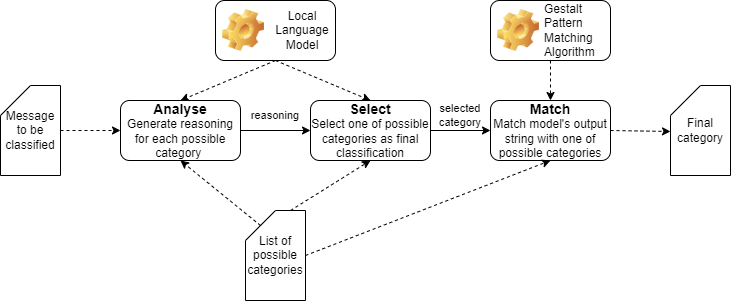
matlaczj/ASM-Method-for-Local-Email-Categorization keeps this draw.io diagram as graph.drawio.png. Above is the earlier version. Source tidied: cells renumbered, new cells last; positions are measured from the earlier drawing's top-left corner, leaving out a move shared by most shapes.
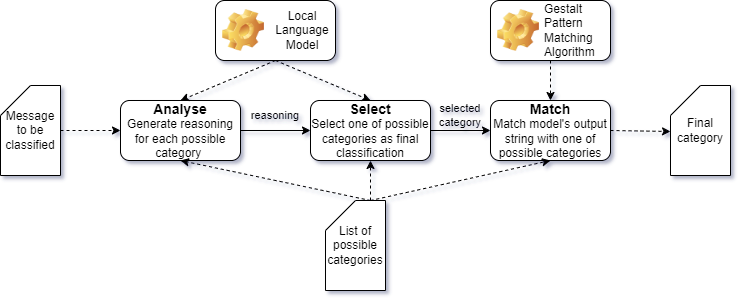
After the commit.

Diff of the diagram source:
```diff
@@ -1,65 +1,65 @@
-<mxGraphModel>
+<mxGraphModel shadow="1">
   <root>
     <mxCell id="0" />
     <mxCell id="1" parent="0" />
-    <mxCell id="2" style="edgeStyle=none;html=1;exitX=1;exitY=0.5;exitDx=0;exitDy=0;entryX=0;entryY=0.5;entryDx=0;entryDy=0;fontSize=14;" parent="1" edge="1" source="3" target="5">
+    <mxCell id="2" style="edgeStyle=none;html=1;exitX=1;exitY=0.5;exitDx=0;exitDy=0;entryX=0;entryY=0.5;entryDx=0;entryDy=0;fontSize=14;rounded=0;" parent="1" edge="1" source="3" target="5">
       <mxGeometry relative="1" as="geometry" />
     </mxCell>
     <mxCell id="3" value="&lt;b&gt;&lt;font style=&quot;font-size: 14px;&quot;&gt;Analyse&lt;/font&gt;&lt;/b&gt;&lt;br&gt;Generate reasoning for each possible category&amp;nbsp;" style="rounded=1;whiteSpace=wrap;html=1;shadow=0;glass=0;" parent="1" vertex="1">
       <mxGeometry x="120" y="100" width="120" height="60" as="geometry" />
     </mxCell>
-    <mxCell id="4" style="edgeStyle=none;html=1;exitX=1;exitY=0.5;exitDx=0;exitDy=0;entryX=0;entryY=0.5;entryDx=0;entryDy=0;fontSize=14;" parent="1" edge="1" source="5" target="7">
+    <mxCell id="4" style="edgeStyle=none;html=1;exitX=1;exitY=0.5;exitDx=0;exitDy=0;entryX=0;entryY=0.5;entryDx=0;entryDy=0;fontSize=14;rounded=0;" parent="1" edge="1" source="5" target="7">
       <mxGeometry relative="1" as="geometry" />
     </mxCell>
     <mxCell id="5" value="&lt;font style=&quot;font-size: 14px;&quot;&gt;&lt;b&gt;Select&lt;/b&gt;&lt;br&gt;&lt;/font&gt;Select one of possible categories as final classification" style="rounded=1;whiteSpace=wrap;html=1;shadow=0;glass=0;" parent="1" vertex="1">
       <mxGeometry x="310" y="100" width="120" height="60" as="geometry" />
     </mxCell>
-    <mxCell id="6" style="edgeStyle=none;html=1;exitX=1;exitY=0.5;exitDx=0;exitDy=0;entryX=0;entryY=0.511;entryDx=0;entryDy=0;entryPerimeter=0;dashed=1;" parent="1" edge="1" source="7" target="21">
+    <mxCell id="6" style="edgeStyle=none;html=1;exitX=1;exitY=0.5;exitDx=0;exitDy=0;entryX=0;entryY=0.511;entryDx=0;entryDy=0;entryPerimeter=0;dashed=1;rounded=0;" parent="1" edge="1" source="7" target="21">
       <mxGeometry relative="1" as="geometry" />
     </mxCell>
     <mxCell id="7" value="&lt;b style=&quot;font-size: 14px;&quot;&gt;Match&lt;br&gt;&lt;/b&gt;Match model's output string with one of possible categories" style="rounded=1;whiteSpace=wrap;html=1;shadow=0;glass=0;" parent="1" vertex="1">
       <mxGeometry x="490" y="100" width="120" height="60" as="geometry" />
     </mxCell>
-    <mxCell id="8" style="edgeStyle=none;html=1;exitX=0.5;exitY=1;exitDx=0;exitDy=0;entryX=0.5;entryY=0;entryDx=0;entryDy=0;fontSize=12;dashed=1;" parent="1" edge="1" source="9" target="7">
+    <mxCell id="8" style="edgeStyle=none;html=1;exitX=0.5;exitY=1;exitDx=0;exitDy=0;entryX=0.5;entryY=0;entryDx=0;entryDy=0;fontSize=12;dashed=1;rounded=0;" parent="1" edge="1" source="9" target="7">
       <mxGeometry relative="1" as="geometry" />
     </mxCell>
-    <mxCell id="9" value="&lt;span style=&quot;font-weight: 400; text-align: center;&quot;&gt;&lt;font style=&quot;font-size: 12px;&quot;&gt;Gestalt Pattern Matching Algorithm&amp;nbsp;&lt;/font&gt;&lt;/span&gt;" style="label;whiteSpace=wrap;html=1;image=img/clipart/Gear_128x128.png;fontSize=10;" parent="1" vertex="1">
+    <mxCell id="9" value="&lt;span style=&quot;font-weight: 400; text-align: center;&quot;&gt;&lt;font style=&quot;font-size: 12px;&quot;&gt;Gestalt Pattern Matching Algorithm&amp;nbsp;&lt;/font&gt;&lt;/span&gt;" style="label;whiteSpace=wrap;html=1;image=img/clipart/Gear_128x128.png;fontSize=10;rounded=1;" parent="1" vertex="1">
       <mxGeometry x="490" width="120" height="60" as="geometry" />
     </mxCell>
-    <mxCell id="10" style="edgeStyle=none;html=1;exitX=0.5;exitY=1;exitDx=0;exitDy=0;entryX=0.5;entryY=0;entryDx=0;entryDy=0;dashed=1;fontSize=11;" parent="1" edge="1" source="12" target="3">
+    <mxCell id="10" style="edgeStyle=none;html=1;exitX=0.5;exitY=1;exitDx=0;exitDy=0;entryX=0.5;entryY=0;entryDx=0;entryDy=0;dashed=1;fontSize=11;rounded=0;" parent="1" edge="1" source="12" target="3">
       <mxGeometry relative="1" as="geometry" />
     </mxCell>
-    <mxCell id="11" style="edgeStyle=none;html=1;exitX=0.5;exitY=1;exitDx=0;exitDy=0;entryX=0.5;entryY=0;entryDx=0;entryDy=0;dashed=1;fontSize=11;" parent="1" edge="1" source="12" target="5">
+    <mxCell id="11" style="edgeStyle=none;html=1;exitX=0.5;exitY=1;exitDx=0;exitDy=0;entryX=0.5;entryY=0;entryDx=0;entryDy=0;dashed=1;fontSize=11;rounded=0;" parent="1" edge="1" source="12" target="5">
       <mxGeometry relative="1" as="geometry" />
     </mxCell>
-    <mxCell id="12" value="&lt;div style=&quot;text-align: center;&quot;&gt;&lt;span style=&quot;background-color: initial; font-size: 12px; font-weight: 400;&quot;&gt;Local Language Model&lt;/span&gt;&lt;/div&gt;" style="label;whiteSpace=wrap;html=1;image=img/clipart/Gear_128x128.png;fontSize=10;" parent="1" vertex="1">
+    <mxCell id="12" value="&lt;div style=&quot;text-align: center;&quot;&gt;&lt;span style=&quot;background-color: initial; font-size: 12px; font-weight: 400;&quot;&gt;Local Language Model&lt;/span&gt;&lt;/div&gt;" style="label;whiteSpace=wrap;html=1;image=img/clipart/Gear_128x128.png;fontSize=10;rounded=1;" parent="1" vertex="1">
       <mxGeometry x="215" width="120" height="60" as="geometry" />
     </mxCell>
-    <mxCell id="13" style="edgeStyle=none;html=1;exitX=1;exitY=0.5;exitDx=0;exitDy=0;exitPerimeter=0;entryX=0.5;entryY=1;entryDx=0;entryDy=0;dashed=1;fontSize=11;" parent="1" edge="1" source="16" target="7">
+    <mxCell id="13" style="edgeStyle=none;html=1;exitX=0;exitY=0;exitDx=45;exitDy=0;exitPerimeter=0;entryX=0.5;entryY=1;entryDx=0;entryDy=0;dashed=1;fontSize=11;rounded=0;" parent="1" edge="1" source="16" target="7">
       <mxGeometry relative="1" as="geometry" />
     </mxCell>
-    <mxCell id="14" style="edgeStyle=none;html=1;exitX=0;exitY=0;exitDx=15;exitDy=15;exitPerimeter=0;entryX=0.5;entryY=1;entryDx=0;entryDy=0;dashed=1;fontSize=11;" parent="1" edge="1" source="16" target="3">
+    <mxCell id="14" style="edgeStyle=none;html=1;exitX=0;exitY=0;exitDx=45;exitDy=0;exitPerimeter=0;entryX=0.5;entryY=1;entryDx=0;entryDy=0;dashed=1;fontSize=11;rounded=0;" parent="1" edge="1" source="16" target="3">
       <mxGeometry relative="1" as="geometry" />
     </mxCell>
-    <mxCell id="15" style="edgeStyle=none;html=1;exitX=0;exitY=0;exitDx=45;exitDy=0;exitPerimeter=0;entryX=0.5;entryY=1;entryDx=0;entryDy=0;dashed=1;fontSize=11;" parent="1" edge="1" source="16" target="5">
+    <mxCell id="15" style="edgeStyle=none;html=1;exitX=0;exitY=0;exitDx=45;exitDy=0;exitPerimeter=0;entryX=0.5;entryY=1;entryDx=0;entryDy=0;dashed=1;fontSize=11;rounded=0;" parent="1" edge="1" source="16" target="5">
       <mxGeometry relative="1" as="geometry" />
     </mxCell>
-    <mxCell id="16" value="List of possible categories" style="shape=card;whiteSpace=wrap;html=1;fontSize=12;" parent="1" vertex="1">
-      <mxGeometry x="245" y="210" width="60" height="90" as="geometry" />
+    <mxCell id="16" value="List of possible categories" style="shape=card;whiteSpace=wrap;html=1;fontSize=12;rounded=0;" parent="1" vertex="1">
+      <mxGeometry x="325" y="200" width="60" height="90" as="geometry" />
     </mxCell>
-    <mxCell id="17" style="edgeStyle=none;html=1;exitX=1;exitY=0.5;exitDx=0;exitDy=0;exitPerimeter=0;entryX=0;entryY=0.5;entryDx=0;entryDy=0;dashed=1;fontSize=11;" parent="1" edge="1" source="18" target="3">
+    <mxCell id="17" style="edgeStyle=none;html=1;exitX=1;exitY=0.5;exitDx=0;exitDy=0;exitPerimeter=0;entryX=0;entryY=0.5;entryDx=0;entryDy=0;dashed=1;fontSize=11;rounded=0;" parent="1" edge="1" source="18" target="3">
       <mxGeometry relative="1" as="geometry" />
     </mxCell>
-    <mxCell id="18" value="Message to be classified" style="shape=card;whiteSpace=wrap;html=1;fontSize=12;" parent="1" vertex="1">
+    <mxCell id="18" value="Message to be classified" style="shape=card;whiteSpace=wrap;html=1;fontSize=12;rounded=0;" parent="1" vertex="1">
       <mxGeometry y="85" width="60" height="90" as="geometry" />
     </mxCell>
-    <mxCell id="19" value="reasoning" style="text;html=1;align=center;verticalAlign=middle;whiteSpace=wrap;rounded=1;fontSize=11;shadow=0;glass=0;" parent="1" vertex="1">
+    <mxCell id="19" value="reasoning" style="text;html=1;align=center;verticalAlign=middle;whiteSpace=wrap;rounded=0;fontSize=11;shadow=0;glass=0;" parent="1" vertex="1">
       <mxGeometry x="250" y="100" width="50" height="30" as="geometry" />
     </mxCell>
-    <mxCell id="20" value="selected&lt;br&gt;category" style="text;html=1;align=center;verticalAlign=middle;whiteSpace=wrap;rounded=1;fontSize=11;shadow=0;glass=0;" parent="1" vertex="1">
+    <mxCell id="20" value="selected&lt;br&gt;category" style="text;html=1;align=center;verticalAlign=middle;whiteSpace=wrap;rounded=0;fontSize=11;shadow=0;glass=0;" parent="1" vertex="1">
       <mxGeometry x="430" y="100" width="60" height="30" as="geometry" />
     </mxCell>
-    <mxCell id="21" value="Final category" style="shape=card;whiteSpace=wrap;html=1;fontSize=12;" parent="1" vertex="1">
+    <mxCell id="21" value="Final category" style="shape=card;whiteSpace=wrap;html=1;fontSize=12;rounded=0;" parent="1" vertex="1">
       <mxGeometry x="670" y="85" width="60" height="90" as="geometry" />
     </mxCell>
   </root>
```
